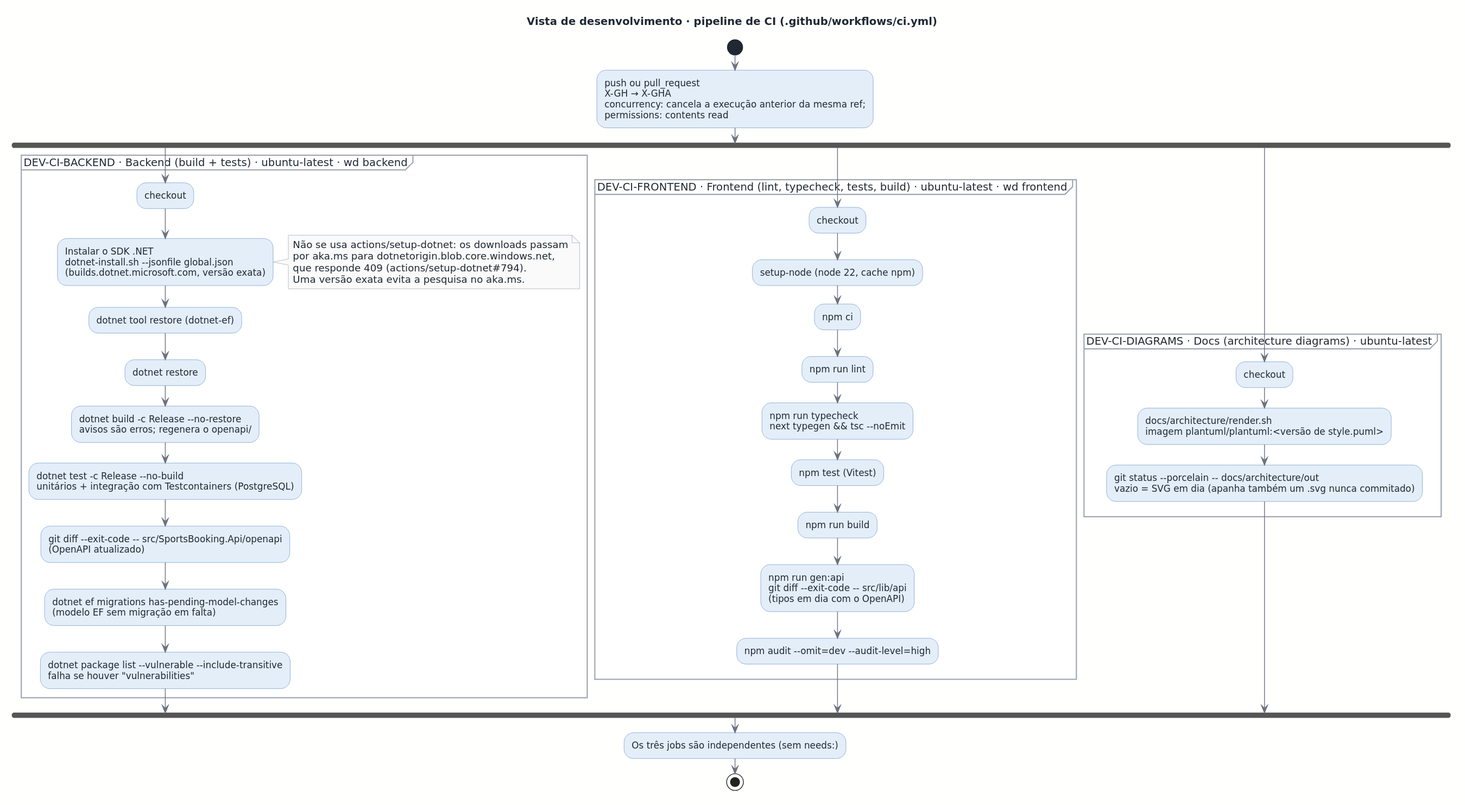
Above: docs/architecture/out/development-ci.svg in rodrigo4sousa/SportsEstablishments (PlantUML), before the change.
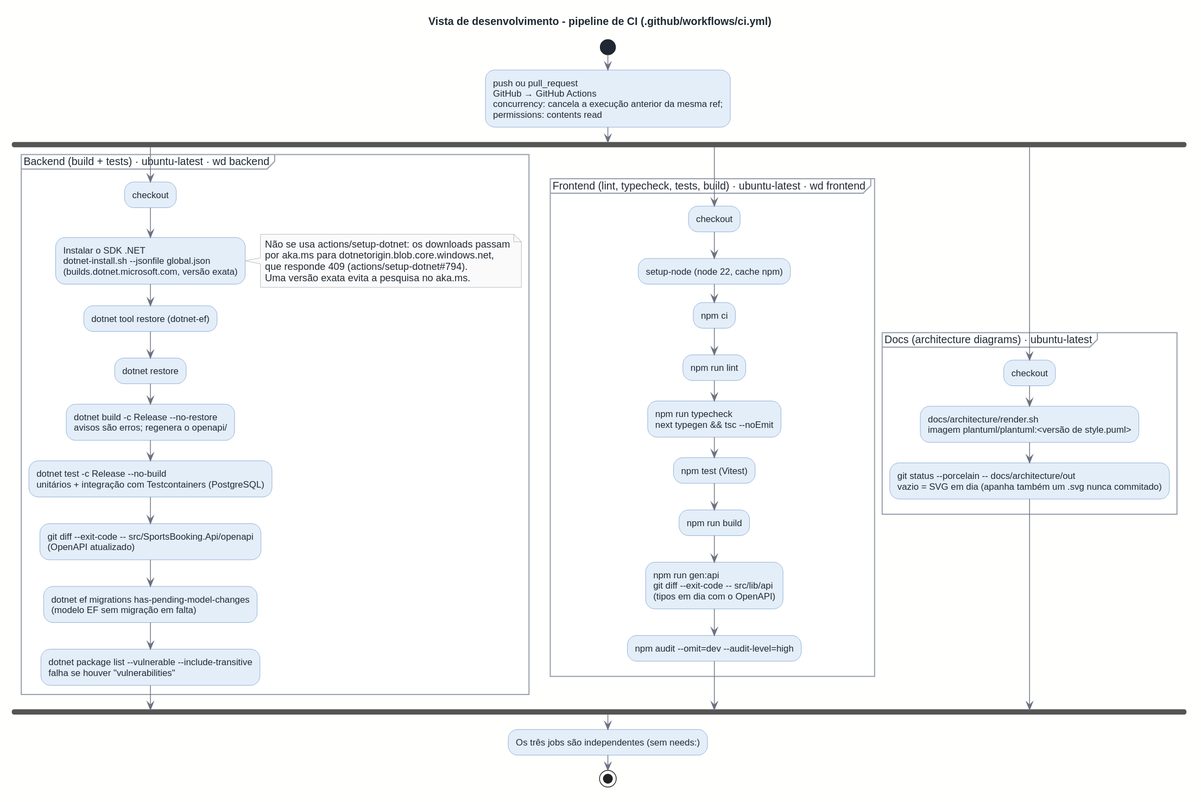
After the commit.

What changed in the source:
```diff
@@ -1,11 +1,11 @@
 @startuml
 !include ../style.puml
-title Vista de desenvolvimento · pipeline de CI (.github/workflows/ci.yml)
+title Vista de desenvolvimento - pipeline de CI (.github/workflows/ci.yml)
 
 start
-:push ou pull_request\nX-GH → X-GHA\nconcurrency: cancela a execução anterior da mesma ref;\npermissions: contents read;
+:push ou pull_request\nGitHub → GitHub Actions\nconcurrency: cancela a execução anterior da mesma ref;\npermissions: contents read;
 fork
-  partition "DEV-CI-BACKEND · Backend (build + tests) · ubuntu-latest · wd backend" {
+  partition "Backend (build + tests) · ubuntu-latest · wd backend" {
     :checkout;
     :Instalar o SDK .NET\ndotnet-install.sh ~-~-jsonfile global.json\n(builds.dotnet.microsoft.com, versão exata);
     note right
@@ -23,7 +23,7 @@
     :dotnet package list ~-~-vulnerable ~-~-include-transitive\nfalha se houver "vulnerabilities";
   }
 fork again
-  partition "DEV-CI-FRONTEND · Frontend (lint, typecheck, tests, build) · ubuntu-latest · wd frontend" {
+  partition "Frontend (lint, typecheck, tests, build) · ubuntu-latest · wd frontend" {
     :checkout;
     :setup-node (node 22, cache npm);
     :npm ci;
@@ -35,7 +35,7 @@
     :npm audit ~-~-omit=dev ~-~-audit-level=high;
   }
 fork again
-  partition "DEV-CI-DIAGRAMS · Docs (architecture diagrams) · ubuntu-latest" {
+  partition "Docs (architecture diagrams) · ubuntu-latest" {
     :checkout;
     :docs/architecture/render.sh\nimagem plantuml/plantuml:<versão de style.puml>;
     :git status ~-~-porcelain -- docs/architecture/out\nvazio = SVG em dia (apanha também um .svg nunca commitado);
```
